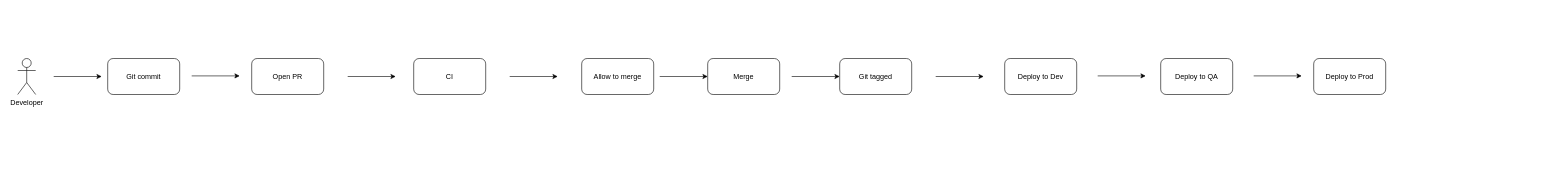
This is docs/kubernetes-security/images/deployment-workflow.drawio from ManagedKube/kubernetes-ops, a draw.io file, before an edit. Source tidied: cells renumbered, new cells numbered last; positions are measured from the earlier drawing's top-left corner, leaving out a move shared by most shapes. Both pictures are drawn from the tidied source at 60%, with x=0, y=0 at pixel (17, 58).
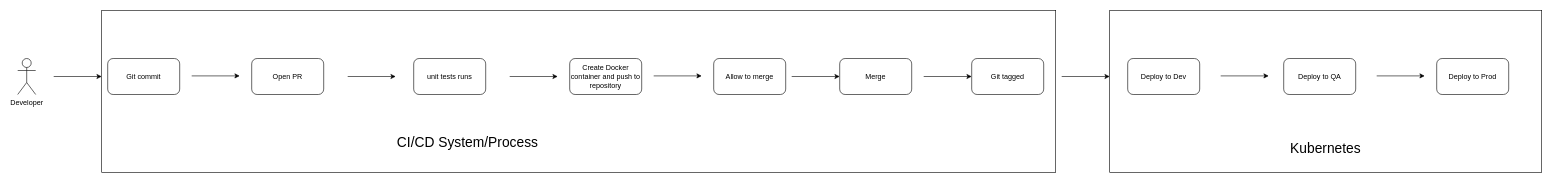
After the change.

Commit message (it also covers changes not shown here):
Adding deployment workflow

The edit, as a diff of the source:
```diff
@@
+    <mxCell id="21" style="rounded=0;whiteSpace=wrap;html=1;" parent="1" vertex="1">
+      <mxGeometry x="1820" y="-80" width="720" height="270" as="geometry" />
+    </mxCell>
+    <mxCell id="22" style="rounded=0;whiteSpace=wrap;html=1;" parent="1" vertex="1">
+      <mxGeometry x="140" y="-80" width="1590" height="270" as="geometry" />
+    </mxCell>
@@
-    <mxCell id="5" value="CI" style="rounded=1;whiteSpace=wrap;html=1;" parent="1" vertex="1">
+    <mxCell id="5" value="unit tests runs" style="rounded=1;whiteSpace=wrap;html=1;" parent="1" vertex="1">
       <mxGeometry x="660" width="120" height="60" as="geometry" />
     </mxCell>
     <mxCell id="6" value="Allow to merge" style="rounded=1;whiteSpace=wrap;html=1;" parent="1" vertex="1">
-      <mxGeometry x="940" width="120" height="60" as="geometry" />
+      <mxGeometry x="1160" width="120" height="60" as="geometry" />
     </mxCell>
     <mxCell id="7" value="Deploy to Dev" style="rounded=1;whiteSpace=wrap;html=1;" parent="1" vertex="1">
-      <mxGeometry x="1645" width="120" height="60" as="geometry" />
+      <mxGeometry x="1850" width="120" height="60" as="geometry" />
     </mxCell>
     <mxCell id="8" value="Deploy to QA" style="rounded=1;whiteSpace=wrap;html=1;" parent="1" vertex="1">
-      <mxGeometry x="1905" width="120" height="60" as="geometry" />
+      <mxGeometry x="2110" width="120" height="60" as="geometry" />
     </mxCell>
     <mxCell id="9" value="Deploy to Prod" style="rounded=1;whiteSpace=wrap;html=1;" parent="1" vertex="1">
-      <mxGeometry x="2160" width="120" height="60" as="geometry" />
+      <mxGeometry x="2365" width="120" height="60" as="geometry" />
     </mxCell>
@@
     <mxCell id="14" style="endArrow=classic;html=1;" parent="1" edge="1">
       <mxGeometry relative="1" as="geometry">
-        <mxPoint x="1530" y="30" as="sourcePoint" />
-        <mxPoint x="1610" y="30" as="targetPoint" />
+        <mxPoint x="1740" y="30" as="sourcePoint" />
+        <mxPoint x="1820" y="30" as="targetPoint" />
       </mxGeometry>
     </mxCell>
     <mxCell id="15" style="endArrow=classic;html=1;" parent="1" edge="1">
       <mxGeometry relative="1" as="geometry">
-        <mxPoint x="1800" y="29" as="sourcePoint" />
-        <mxPoint x="1880" y="29" as="targetPoint" />
+        <mxPoint x="2005" y="29" as="sourcePoint" />
+        <mxPoint x="2085" y="29" as="targetPoint" />
       </mxGeometry>
     </mxCell>
     <mxCell id="16" style="endArrow=classic;html=1;" parent="1" edge="1">
       <mxGeometry relative="1" as="geometry">
-        <mxPoint x="2060" y="29" as="sourcePoint" />
-        <mxPoint x="2140" y="29" as="targetPoint" />
+        <mxPoint x="2265" y="29" as="sourcePoint" />
+        <mxPoint x="2345" y="29" as="targetPoint" />
       </mxGeometry>
     </mxCell>
     <mxCell id="17" value="Merge" style="rounded=1;whiteSpace=wrap;html=1;" parent="1" vertex="1">
-      <mxGeometry x="1150" width="120" height="60" as="geometry" />
+      <mxGeometry x="1370" width="120" height="60" as="geometry" />
     </mxCell>
     <mxCell id="18" value="Git tagged" style="rounded=1;whiteSpace=wrap;html=1;" parent="1" vertex="1">
-      <mxGeometry x="1370" width="120" height="60" as="geometry" />
+      <mxGeometry x="1590" width="120" height="60" as="geometry" />
     </mxCell>
     <mxCell id="19" style="endArrow=classic;html=1;" parent="1" edge="1">
       <mxGeometry relative="1" as="geometry">
-        <mxPoint x="1070" y="30" as="sourcePoint" />
-        <mxPoint x="1150" y="30" as="targetPoint" />
+        <mxPoint x="1290" y="30" as="sourcePoint" />
+        <mxPoint x="1370" y="30" as="targetPoint" />
       </mxGeometry>
     </mxCell>
     <mxCell id="20" style="endArrow=classic;html=1;" parent="1" edge="1">
       <mxGeometry relative="1" as="geometry">
-        <mxPoint x="1290" y="30" as="sourcePoint" />
-        <mxPoint x="1370" y="30" as="targetPoint" />
+        <mxPoint x="1510" y="30" as="sourcePoint" />
+        <mxPoint x="1590" y="30" as="targetPoint" />
       </mxGeometry>
     </mxCell>
+    <mxCell id="23" value="Create Docker container and push to repository" style="rounded=1;whiteSpace=wrap;html=1;" parent="1" vertex="1">
+      <mxGeometry x="920" width="120" height="60" as="geometry" />
+    </mxCell>
+    <mxCell id="24" style="endArrow=classic;html=1;" parent="1" edge="1">
+      <mxGeometry relative="1" as="geometry">
+        <mxPoint x="1060" y="29" as="sourcePoint" />
+        <mxPoint x="1140" y="29" as="targetPoint" />
+      </mxGeometry>
+    </mxCell>
+    <mxCell id="25" value="&lt;font style=&quot;font-size: 23px&quot;&gt;CI/CD System/Process&lt;/font&gt;" style="text;html=1;strokeColor=none;fillColor=none;align=center;verticalAlign=middle;whiteSpace=wrap;rounded=0;" parent="1" vertex="1">
+      <mxGeometry x="610" y="130" width="280" height="20" as="geometry" />
+    </mxCell>
+    <mxCell id="26" value="&lt;font style=&quot;font-size: 23px&quot;&gt;Kubernetes&lt;/font&gt;" style="text;html=1;strokeColor=none;fillColor=none;align=center;verticalAlign=middle;whiteSpace=wrap;rounded=0;" parent="1" vertex="1">
+      <mxGeometry x="2040" y="140" width="280" height="20" as="geometry" />
+    </mxCell>
```
